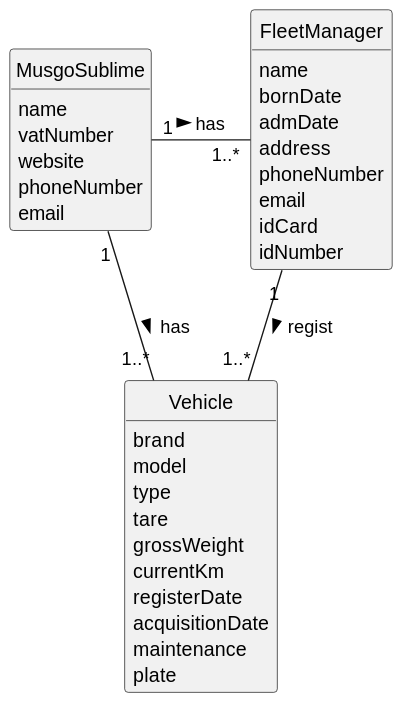
The PlantUML diagram docs/sprintA/us006/02.analysis/svg/us006-domain-model.svg in 1231360-ISEP/lei-24-s2-1db-g021, before a commit. The source it was exported from:
```plantuml
@startuml
skinparam monochrome true
skinparam packageStyle rectangle
skinparam shadowing false

skinparam classAttributeIconSize 0

hide circle
hide methods

class MusgoSublime {
    name
    vatNumber
    website
    phoneNumber
    email
}

class FleetManager {
    name
    bornDate
    admDate
    address
    phoneNumber
    email
    idCard
    idNumber
}

class Vehicle {
    brand
    model
    type
    tare
    grossWeight
    currentKm
    registerDate
    acquisitionDate
    maintenance
    plate
}

MusgoSublime "1" - "1..*" FleetManager: has >
FleetManager "1" -- "1..*" Vehicle : regist >
MusgoSublime "1" - "1..*" Vehicle: has >
@enduml
```
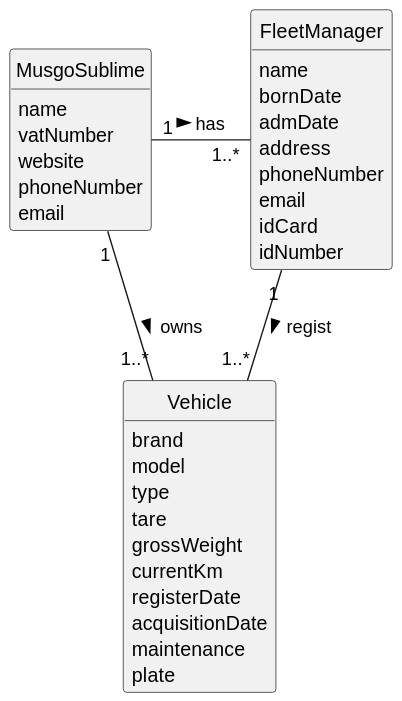
Later version of the same file.

Commit message:
US6 - update the domain model excerpt

The edit, as a diff of the source:
```diff
@@ -42,5 +42,5 @@
 
 MusgoSublime "1" - "1..*" FleetManager: has >
 FleetManager "1" -- "1..*" Vehicle : regist >
-MusgoSublime "1" - "1..*" Vehicle: has >
+MusgoSublime "1" - "1..*" Vehicle: owns >
 @enduml
```
